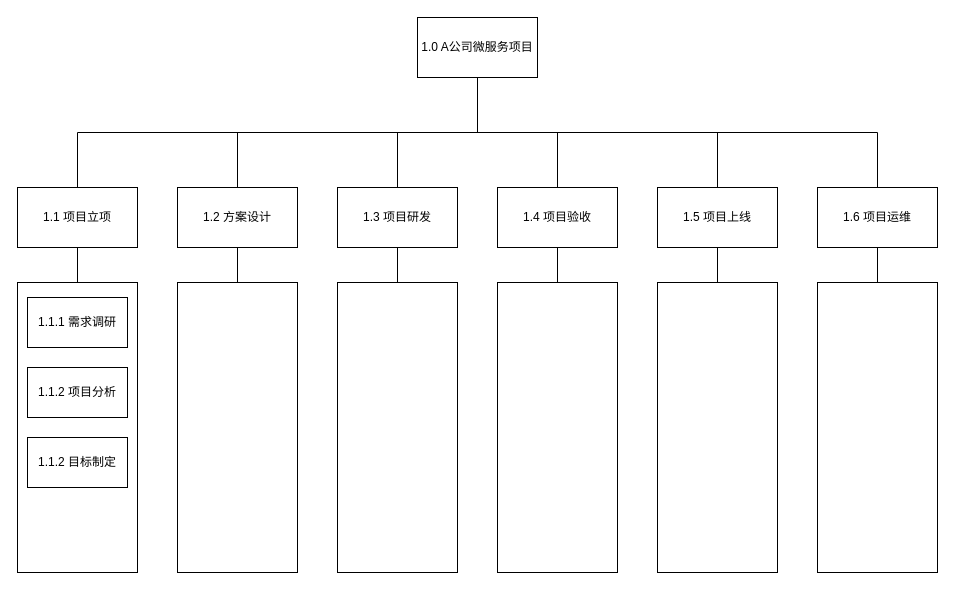
The draw.io diagram A公司微服务项目-WBS.drawio in LinuxSuRen/LinuxSuRen, before the edit. Source tidied: cells renumbered, new cells numbered last; positions are measured from the earlier drawing's top-left corner, leaving out a move shared by most shapes. Both pictures are drawn from the tidied source at 100%, with x=0, y=0 at pixel (17, 17).
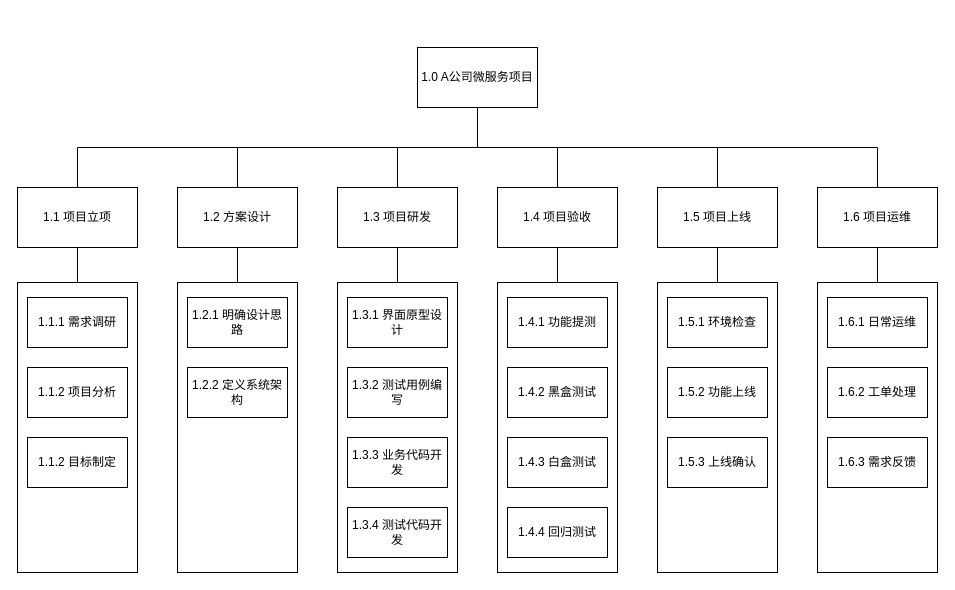
Above is the later version.

Commit message:
更新A公司微服务项目-WBS.drawio

Diff of the diagram source:
```diff
@@
     <mxCell id="7" value="1.0 A公司微服务项目" style="rounded=0;whiteSpace=wrap;html=1;" parent="1" vertex="1">
-      <mxGeometry x="400" width="120" height="60" as="geometry" />
+      <mxGeometry x="400" y="30" width="120" height="60" as="geometry" />
     </mxCell>
@@
+    <mxCell id="30" value="1.2.1 明确设计思路" style="rounded=0;whiteSpace=wrap;html=1;" parent="1" vertex="1">
+      <mxGeometry x="170" y="280" width="100" height="50" as="geometry" />
+    </mxCell>
+    <mxCell id="31" value="1.2.2 定义系统架构" style="rounded=0;whiteSpace=wrap;html=1;" parent="1" vertex="1">
+      <mxGeometry x="170" y="350" width="100" height="50" as="geometry" />
+    </mxCell>
+    <mxCell id="32" value="1.3.1 界面原型设计" style="rounded=0;whiteSpace=wrap;html=1;" parent="1" vertex="1">
+      <mxGeometry x="330" y="280" width="100" height="50" as="geometry" />
+    </mxCell>
+    <mxCell id="33" value="1.3.2 测试用例编写" style="rounded=0;whiteSpace=wrap;html=1;" parent="1" vertex="1">
+      <mxGeometry x="330" y="350" width="100" height="50" as="geometry" />
+    </mxCell>
+    <mxCell id="34" value="1.3.3 业务代码开发" style="rounded=0;whiteSpace=wrap;html=1;" parent="1" vertex="1">
+      <mxGeometry x="330" y="420" width="100" height="50" as="geometry" />
+    </mxCell>
+    <mxCell id="35" value="1.3.4 测试代码开发" style="rounded=0;whiteSpace=wrap;html=1;" parent="1" vertex="1">
+      <mxGeometry x="330" y="490" width="100" height="50" as="geometry" />
+    </mxCell>
+    <mxCell id="36" value="1.4.1 功能提测" style="rounded=0;whiteSpace=wrap;html=1;" parent="1" vertex="1">
+      <mxGeometry x="490" y="280" width="100" height="50" as="geometry" />
+    </mxCell>
+    <mxCell id="37" value="1.4.2 黑盒测试" style="rounded=0;whiteSpace=wrap;html=1;" parent="1" vertex="1">
+      <mxGeometry x="490" y="350" width="100" height="50" as="geometry" />
+    </mxCell>
+    <mxCell id="38" value="1.4.3 白盒测试" style="rounded=0;whiteSpace=wrap;html=1;" parent="1" vertex="1">
+      <mxGeometry x="490" y="420" width="100" height="50" as="geometry" />
+    </mxCell>
+    <mxCell id="39" value="1.4.4 回归测试" style="rounded=0;whiteSpace=wrap;html=1;" parent="1" vertex="1">
+      <mxGeometry x="490" y="490" width="100" height="50" as="geometry" />
+    </mxCell>
+    <mxCell id="40" value="1.5.1 环境检查" style="rounded=0;whiteSpace=wrap;html=1;" parent="1" vertex="1">
+      <mxGeometry x="650" y="280" width="100" height="50" as="geometry" />
+    </mxCell>
+    <mxCell id="41" value="1.5.2 功能上线" style="rounded=0;whiteSpace=wrap;html=1;" parent="1" vertex="1">
+      <mxGeometry x="650" y="350" width="100" height="50" as="geometry" />
+    </mxCell>
+    <mxCell id="42" value="1.5.3 上线确认" style="rounded=0;whiteSpace=wrap;html=1;" parent="1" vertex="1">
+      <mxGeometry x="650" y="420" width="100" height="50" as="geometry" />
+    </mxCell>
+    <mxCell id="43" value="1.6.1 日常运维" style="rounded=0;whiteSpace=wrap;html=1;" parent="1" vertex="1">
+      <mxGeometry x="810" y="280" width="100" height="50" as="geometry" />
+    </mxCell>
+    <mxCell id="44" value="1.6.2 工单处理" style="rounded=0;whiteSpace=wrap;html=1;" parent="1" vertex="1">
+      <mxGeometry x="810" y="350" width="100" height="50" as="geometry" />
+    </mxCell>
+    <mxCell id="45" value="1.6.3 需求反馈" style="rounded=0;whiteSpace=wrap;html=1;" parent="1" vertex="1">
+      <mxGeometry x="810" y="420" width="100" height="50" as="geometry" />
+    </mxCell>
```
